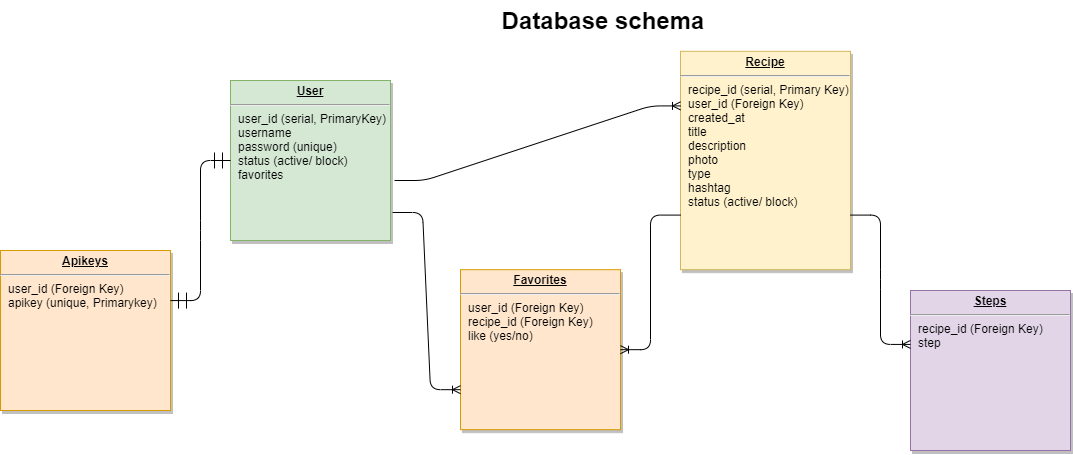
This is files/Database schema.drawio.png from uzhegovaelena/recipes-project, a draw.io export, as it was before one commit. Source tidied: cells renumbered, new cells last; positions are measured from the earlier drawing's top-left corner, leaving out a move shared by most shapes.
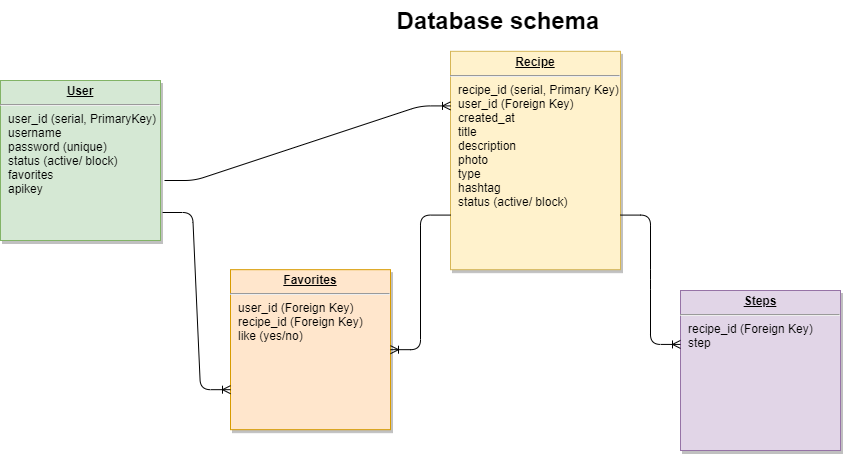
After the change.

The edit, as a diff of the source:
```diff
@@ -5,14 +5,14 @@
     <mxCell id="2" value="&lt;p style=&quot;margin: 0px ; margin-top: 4px ; text-align: center ; text-decoration: underline&quot;&gt;&lt;strong&gt;Recipe&lt;/strong&gt;&lt;br&gt;&lt;/p&gt;&lt;hr&gt;&lt;p style=&quot;margin: 0px ; margin-left: 8px&quot;&gt;recipe_id (serial, Primary Key)&lt;/p&gt;&lt;p style=&quot;margin: 0px ; margin-left: 8px&quot;&gt;user_id (Foreign Key)&lt;/p&gt;&lt;p style=&quot;margin: 0px ; margin-left: 8px&quot;&gt;created_at&lt;/p&gt;&lt;p style=&quot;margin: 0px ; margin-left: 8px&quot;&gt;title&lt;/p&gt;&lt;p style=&quot;margin: 0px ; margin-left: 8px&quot;&gt;description&lt;/p&gt;&lt;p style=&quot;margin: 0px ; margin-left: 8px&quot;&gt;&lt;span&gt;photo&lt;/span&gt;&lt;br&gt;&lt;/p&gt;&lt;p style=&quot;margin: 0px ; margin-left: 8px&quot;&gt;type&lt;/p&gt;&lt;p style=&quot;margin: 0px ; margin-left: 8px&quot;&gt;&lt;span&gt;hashtag&lt;/span&gt;&lt;br&gt;&lt;/p&gt;&lt;p style=&quot;margin: 0px ; margin-left: 8px&quot;&gt;status (active/ block)&lt;/p&gt;" style="verticalAlign=top;align=left;overflow=fill;fontSize=12;fontFamily=Helvetica;html=1;strokeColor=#d6b656;shadow=1;fillColor=#fff2cc;" parent="1" vertex="1">
       <mxGeometry x="680" y="50.8" width="170" height="218.4" as="geometry" />
     </mxCell>
-    <mxCell id="3" value="&lt;p style=&quot;margin: 0px ; margin-top: 4px ; text-align: center ; text-decoration: underline&quot;&gt;&lt;b&gt;User&lt;/b&gt;&lt;/p&gt;&lt;hr&gt;&lt;p style=&quot;margin: 0px ; margin-left: 8px&quot;&gt;user_id (serial, PrimaryKey)&lt;/p&gt;&lt;p style=&quot;margin: 0px ; margin-left: 8px&quot;&gt;username&lt;/p&gt;&lt;p style=&quot;margin: 0px ; margin-left: 8px&quot;&gt;password (unique)&lt;/p&gt;&lt;p style=&quot;margin: 0px ; margin-left: 8px&quot;&gt;status (active/ block)&lt;/p&gt;&lt;p style=&quot;margin: 0px ; margin-left: 8px&quot;&gt;favorites&lt;/p&gt;" style="verticalAlign=top;align=left;overflow=fill;fontSize=12;fontFamily=Helvetica;html=1;shadow=1;fillColor=#d5e8d4;strokeColor=#82b366;" parent="1" vertex="1">
+    <mxCell id="3" value="&lt;p style=&quot;margin: 0px ; margin-top: 4px ; text-align: center ; text-decoration: underline&quot;&gt;&lt;b&gt;User&lt;/b&gt;&lt;/p&gt;&lt;hr&gt;&lt;p style=&quot;margin: 0px ; margin-left: 8px&quot;&gt;user_id (serial, PrimaryKey)&lt;/p&gt;&lt;p style=&quot;margin: 0px ; margin-left: 8px&quot;&gt;username&lt;/p&gt;&lt;p style=&quot;margin: 0px ; margin-left: 8px&quot;&gt;password (unique)&lt;/p&gt;&lt;p style=&quot;margin: 0px ; margin-left: 8px&quot;&gt;status (active/ block)&lt;/p&gt;&lt;p style=&quot;margin: 0px ; margin-left: 8px&quot;&gt;favorites&lt;/p&gt;&lt;p style=&quot;margin: 0px ; margin-left: 8px&quot;&gt;apikey&lt;/p&gt;" style="verticalAlign=top;align=left;overflow=fill;fontSize=12;fontFamily=Helvetica;html=1;shadow=1;fillColor=#d5e8d4;strokeColor=#82b366;" parent="1" vertex="1">
       <mxGeometry x="230" y="80" width="160" height="160" as="geometry" />
     </mxCell>
     <mxCell id="4" value="&lt;p style=&quot;margin: 0px ; margin-top: 4px ; text-align: center ; text-decoration: underline&quot;&gt;&lt;b&gt;Favorites&lt;/b&gt;&lt;/p&gt;&lt;hr&gt;&lt;p style=&quot;margin: 0px ; margin-left: 8px&quot;&gt;user_id&amp;nbsp;(Foreign Key)&lt;/p&gt;&lt;p style=&quot;margin: 0px ; margin-left: 8px&quot;&gt;recipe_id&amp;nbsp;&lt;span&gt;(Foreign Key)&amp;nbsp;&lt;/span&gt;&lt;/p&gt;&lt;p style=&quot;margin: 0px ; margin-left: 8px&quot;&gt;like (yes/no)&lt;/p&gt;&lt;p style=&quot;margin: 0px ; margin-left: 8px&quot;&gt;&lt;br&gt;&lt;/p&gt;" style="verticalAlign=top;align=left;overflow=fill;fontSize=12;fontFamily=Helvetica;html=1;shadow=1;fillColor=#ffe6cc;strokeColor=#d79b00;" parent="1" vertex="1">
       <mxGeometry x="460" y="269.2" width="160" height="160" as="geometry" />
     </mxCell>
     <mxCell id="5" value="Database schema" style="text;html=1;strokeColor=none;fillColor=none;align=center;verticalAlign=middle;whiteSpace=wrap;rounded=0;fontSize=24;fontStyle=1;" parent="1" vertex="1">
-      <mxGeometry x="478" width="250" height="40" as="geometry" />
+      <mxGeometry x="603" width="250" height="40" as="geometry" />
     </mxCell>
     <mxCell id="6" value="&lt;p style=&quot;margin: 0px ; margin-top: 4px ; text-align: center ; text-decoration: underline&quot;&gt;&lt;b&gt;Steps&lt;/b&gt;&lt;/p&gt;&lt;hr&gt;&lt;p style=&quot;margin: 0px ; margin-left: 8px&quot;&gt;&lt;span&gt;recipe_id (Foreign Key)&amp;nbsp;&lt;/span&gt;&lt;br&gt;&lt;/p&gt;&lt;p style=&quot;margin: 0px ; margin-left: 8px&quot;&gt;step&lt;/p&gt;&lt;p style=&quot;margin: 0px ; margin-left: 8px&quot;&gt;&lt;br&gt;&lt;/p&gt;" style="verticalAlign=top;align=left;overflow=fill;fontSize=12;fontFamily=Helvetica;html=1;shadow=1;fillColor=#e1d5e7;strokeColor=#9673a6;" parent="1" vertex="1">
       <mxGeometry x="910" y="290" width="160" height="160" as="geometry" />
@@ -29,13 +29,5 @@
     <mxCell id="10" style="edgeStyle=entityRelationEdgeStyle;fontSize=12;html=1;endArrow=ERoneToMany;entryX=0;entryY=0.75;entryDx=0;entryDy=0;exitX=1.013;exitY=0.825;exitDx=0;exitDy=0;exitPerimeter=0;" parent="1" edge="1" source="3" target="4">
       <mxGeometry relative="1" as="geometry" />
     </mxCell>
-    <mxCell id="11" value="&lt;p style=&quot;margin: 0px ; margin-top: 4px ; text-align: center ; text-decoration: underline&quot;&gt;&lt;b&gt;Apikeys&lt;/b&gt;&lt;/p&gt;&lt;hr&gt;&lt;p style=&quot;margin: 0px ; margin-left: 8px&quot;&gt;&lt;span&gt;user_id (Foreign Key)&amp;nbsp;&lt;/span&gt;&lt;br&gt;&lt;/p&gt;&lt;p style=&quot;margin: 0px ; margin-left: 8px&quot;&gt;apikey (unique, Primarykey)&lt;/p&gt;&lt;p style=&quot;margin: 0px ; margin-left: 8px&quot;&gt;&lt;br&gt;&lt;/p&gt;" style="verticalAlign=top;align=left;overflow=fill;fontSize=12;fontFamily=Helvetica;html=1;shadow=1;fillColor=#ffe6cc;strokeColor=#d79b00;" parent="1" vertex="1">
-      <mxGeometry y="250" width="170" height="160" as="geometry" />
-    </mxCell>
-    <mxCell id="12" style="edgeStyle=entityRelationEdgeStyle;fontSize=12;html=1;endArrow=ERmandOne;startArrow=ERmandOne;startSize=14;endSize=14;sourcePerimeterSpacing=8;targetPerimeterSpacing=8;exitX=1;exitY=0.313;exitDx=0;exitDy=0;exitPerimeter=0;" parent="1" edge="1" source="11">
-      <mxGeometry relative="1" as="geometry">
-        <mxPoint x="230" y="160" as="targetPoint" />
-      </mxGeometry>
-    </mxCell>
   </root>
 </mxGraphModel>
```
